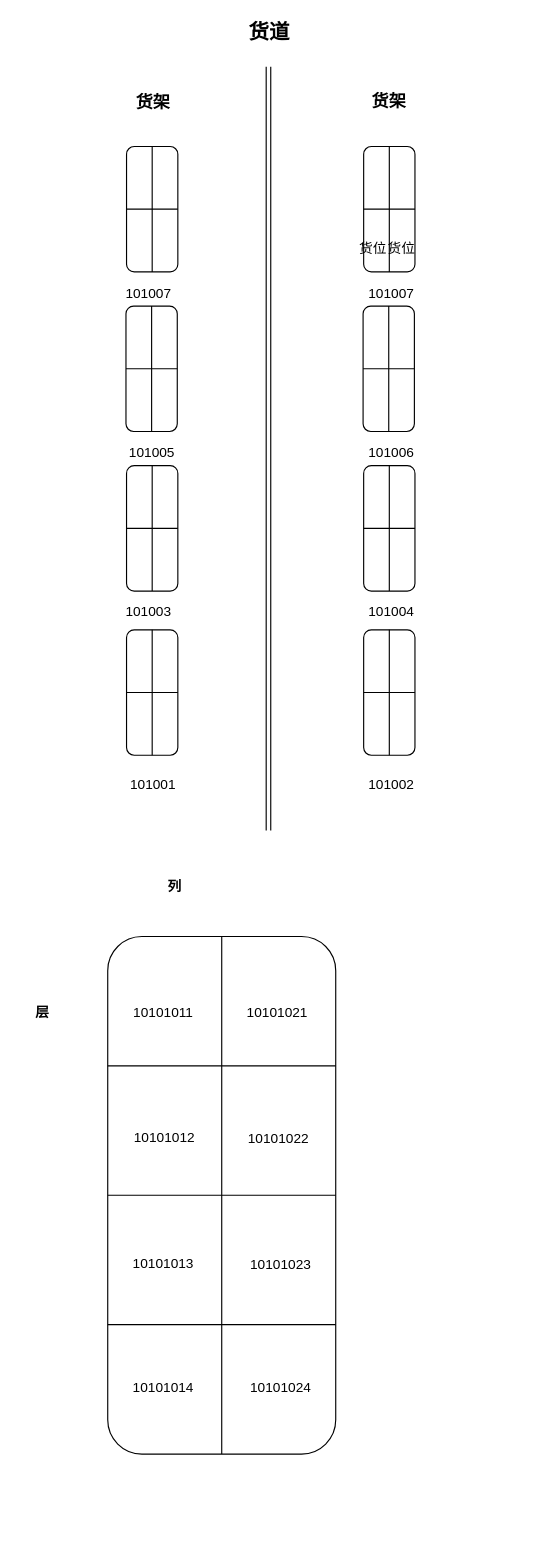
Before: leetcode/xml/bin.drawio in mstao/data-structures, a draw.io diagram. Source tidied: cells renumbered, new cells numbered last; positions are measured from the earlier drawing's top-left corner, leaving out a move shared by most shapes. Both pictures are drawn from the tidied source at 114%, with x=0, y=0 at pixel (-38, 21).
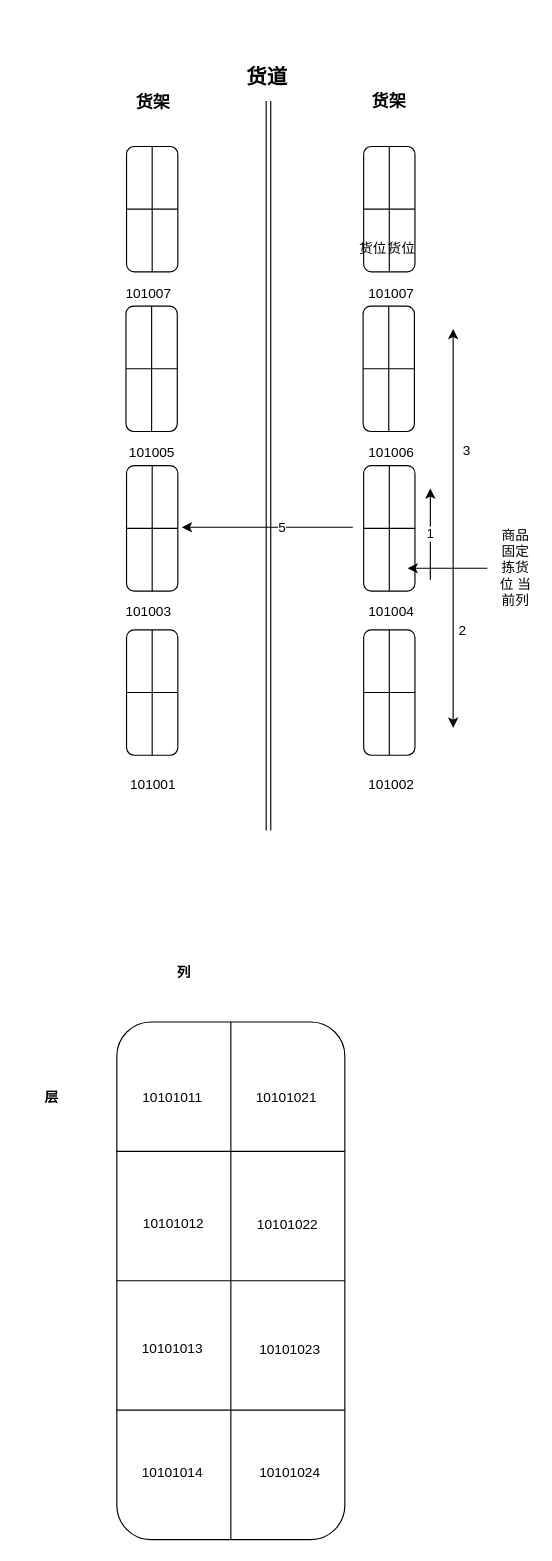
After the change.

Change to the diagram source:
```diff
@@
     <mxCell id="2" style="shape=link;html=1;" parent="1" edge="1">
       <mxGeometry relative="1" as="geometry">
         <mxPoint x="268" y="710" as="sourcePoint" />
-        <mxPoint x="268" y="40" as="targetPoint" />
+        <mxPoint x="268" y="70" as="targetPoint" />
       </mxGeometry>
     </mxCell>
@@
     <mxCell id="4" value="&lt;b&gt;&lt;font style=&quot;font-size: 18px&quot;&gt;货道&lt;/font&gt;&lt;/b&gt;" style="text;html=1;strokeColor=none;fillColor=none;align=center;verticalAlign=middle;whiteSpace=wrap;rounded=0;" parent="1" vertex="1">
-      <mxGeometry x="249" width="40" height="20" as="geometry" />
+      <mxGeometry x="247" y="40" width="40" height="20" as="geometry" />
     </mxCell>
@@
     <mxCell id="40" style="rounded=1;whiteSpace=wrap;html=1;rotation=90;" parent="1" vertex="1">
-      <mxGeometry y="930" width="454" height="200" as="geometry" />
+      <mxGeometry x="8" y="1005" width="454" height="200" as="geometry" />
     </mxCell>
@@
     <mxCell id="45" value="10101021" style="text;html=1;strokeColor=none;fillColor=none;align=center;verticalAlign=middle;whiteSpace=wrap;rounded=0;" parent="1" vertex="1">
-      <mxGeometry x="249" y="860" width="54" height="20" as="geometry" />
+      <mxGeometry x="257" y="935" width="54" height="20" as="geometry" />
     </mxCell>
     <mxCell id="46" value="10101022" style="text;html=1;strokeColor=none;fillColor=none;align=center;verticalAlign=middle;whiteSpace=wrap;rounded=0;" parent="1" vertex="1">
-      <mxGeometry x="257" y="971" width="40" height="20" as="geometry" />
+      <mxGeometry x="265" y="1046" width="40" height="20" as="geometry" />
     </mxCell>
     <mxCell id="47" value="10101023" style="text;html=1;strokeColor=none;fillColor=none;align=center;verticalAlign=middle;whiteSpace=wrap;rounded=0;" parent="1" vertex="1">
-      <mxGeometry x="259" y="1081" width="40" height="20" as="geometry" />
+      <mxGeometry x="267" y="1156" width="40" height="20" as="geometry" />
     </mxCell>
     <mxCell id="48" value="10101024" style="text;html=1;strokeColor=none;fillColor=none;align=center;verticalAlign=middle;whiteSpace=wrap;rounded=0;" parent="1" vertex="1">
-      <mxGeometry x="259" y="1189" width="40" height="20" as="geometry" />
+      <mxGeometry x="267" y="1264" width="40" height="20" as="geometry" />
     </mxCell>
     <mxCell id="49" value="10101011" style="text;html=1;strokeColor=none;fillColor=none;align=center;verticalAlign=middle;whiteSpace=wrap;rounded=0;" parent="1" vertex="1">
-      <mxGeometry x="156" y="860" width="40" height="20" as="geometry" />
+      <mxGeometry x="164" y="935" width="40" height="20" as="geometry" />
     </mxCell>
     <mxCell id="50" value="10101012" style="text;html=1;strokeColor=none;fillColor=none;align=center;verticalAlign=middle;whiteSpace=wrap;rounded=0;" parent="1" vertex="1">
-      <mxGeometry x="157" y="970" width="40" height="20" as="geometry" />
+      <mxGeometry x="165" y="1045" width="40" height="20" as="geometry" />
     </mxCell>
     <mxCell id="51" value="10101013" style="text;html=1;strokeColor=none;fillColor=none;align=center;verticalAlign=middle;whiteSpace=wrap;rounded=0;" parent="1" vertex="1">
-      <mxGeometry x="156" y="1080" width="40" height="20" as="geometry" />
+      <mxGeometry x="164" y="1155" width="40" height="20" as="geometry" />
     </mxCell>
     <mxCell id="52" value="10101014" style="text;html=1;strokeColor=none;fillColor=none;align=center;verticalAlign=middle;whiteSpace=wrap;rounded=0;" parent="1" vertex="1">
-      <mxGeometry x="156" y="1189" width="40" height="20" as="geometry" />
+      <mxGeometry x="164" y="1264" width="40" height="20" as="geometry" />
     </mxCell>
     <mxCell id="53" value="层" style="text;html=1;strokeColor=none;fillColor=none;align=center;verticalAlign=middle;whiteSpace=wrap;rounded=0;fontStyle=1;" parent="1" vertex="1">
-      <mxGeometry x="50" y="860" width="40" height="20" as="geometry" />
+      <mxGeometry x="58" y="935" width="40" height="20" as="geometry" />
     </mxCell>
     <mxCell id="54" value="列" style="text;html=1;strokeColor=none;fillColor=none;align=center;verticalAlign=middle;whiteSpace=wrap;rounded=0;fontStyle=1;" parent="1" vertex="1">
-      <mxGeometry x="165.5" y="750" width="40" height="20" as="geometry" />
+      <mxGeometry x="173.5" y="825" width="40" height="20" as="geometry" />
     </mxCell>
+    <mxCell id="55" style="endArrow=classic;html=1;" parent="1" edge="1">
+      <mxGeometry relative="1" as="geometry">
+        <mxPoint x="460" y="480" as="sourcePoint" />
+        <mxPoint x="390" y="480" as="targetPoint" />
+      </mxGeometry>
+    </mxCell>
+    <mxCell id="56" value="商品固定拣货位 当前列" style="text;html=1;strokeColor=none;fillColor=none;align=center;verticalAlign=middle;whiteSpace=wrap;rounded=0;" parent="1" vertex="1">
+      <mxGeometry x="470" y="470" width="30" height="20" as="geometry" />
+    </mxCell>
+    <mxCell id="57" value="1" style="endArrow=classic;html=1;" parent="1" edge="1">
+      <mxGeometry relative="1" as="geometry">
+        <mxPoint x="410" y="490" as="sourcePoint" />
+        <mxPoint x="410" y="410" as="targetPoint" />
+      </mxGeometry>
+    </mxCell>
+    <mxCell id="58" style="endArrow=classic;html=1;" parent="1" edge="1">
+      <mxGeometry relative="1" as="geometry">
+        <mxPoint x="430" y="480" as="sourcePoint" />
+        <mxPoint x="430" y="620" as="targetPoint" />
+      </mxGeometry>
+    </mxCell>
+    <mxCell id="59" value="2" style="text;html=1;align=center;verticalAlign=middle;labelBackgroundColor=#ffffff;" parent="58" vertex="1">
+      <mxGeometry x="-0.2" y="3" relative="1" as="geometry">
+        <mxPoint x="4" y="-2" as="offset" />
+      </mxGeometry>
+    </mxCell>
+    <mxCell id="60" style="endArrow=classic;html=1;" parent="1" edge="1">
+      <mxGeometry relative="1" as="geometry">
+        <mxPoint x="430" y="480" as="sourcePoint" />
+        <mxPoint x="430" y="270" as="targetPoint" />
+      </mxGeometry>
+    </mxCell>
+    <mxCell id="61" value="3" style="text;html=1;align=left;verticalAlign=top;spacingTop=-4;" parent="1" vertex="1">
+      <mxGeometry x="437" y="367" width="20" height="20" as="geometry" />
+    </mxCell>
+    <mxCell id="62" style="endArrow=classic;html=1;" parent="1" edge="1">
+      <mxGeometry relative="1" as="geometry">
+        <mxPoint x="342" y="444" as="sourcePoint" />
+        <mxPoint x="192" y="444" as="targetPoint" />
+      </mxGeometry>
+    </mxCell>
+    <mxCell id="63" value="5" style="text;html=1;align=center;verticalAlign=middle;labelBackgroundColor=#ffffff;" parent="62" vertex="1">
+      <mxGeometry x="-0.16" relative="1" as="geometry" />
+    </mxCell>
```
